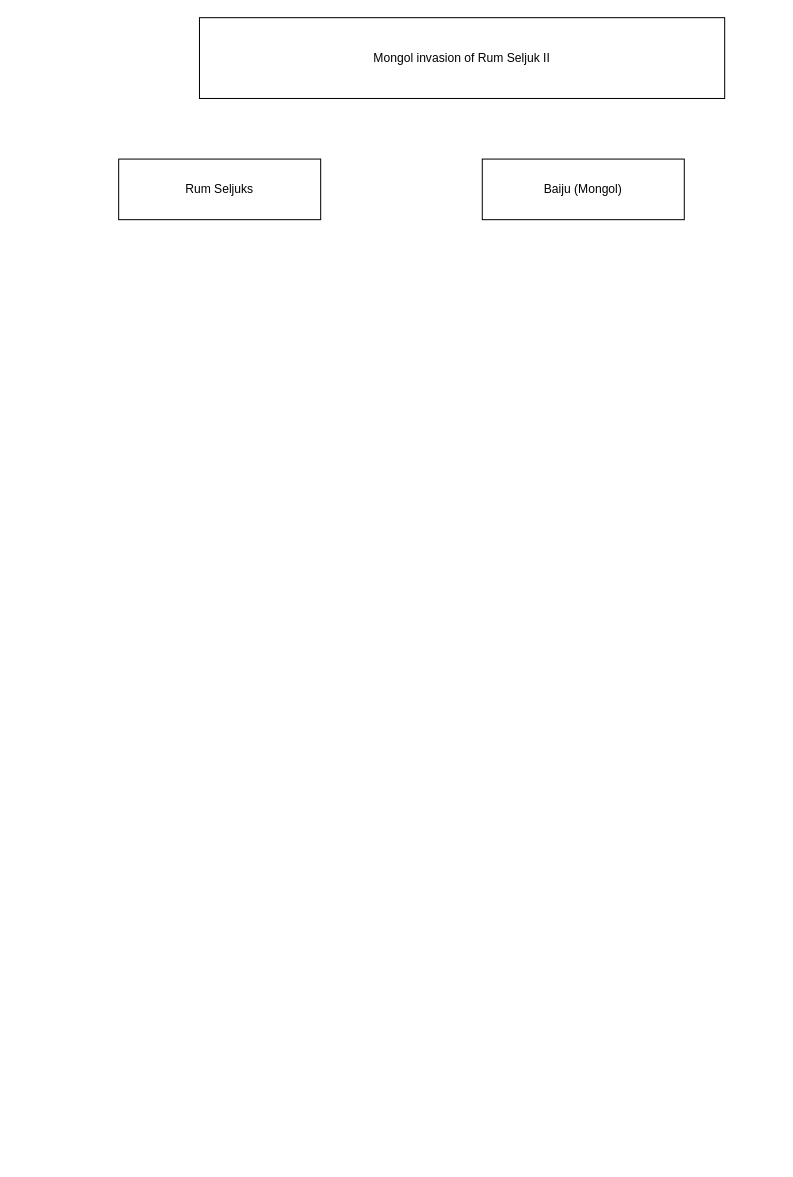
Earlier version of the draw.io diagram page "Al-Mustaʿṣim bi-'llāh" (49 of 49) of Islam Groupings.drawio (azryzdy/hobbies). Source tidied: cells renumbered, new cells numbered last; positions are measured from the earlier drawing's top-left corner, leaving out a move shared by most shapes. Both pictures are drawn from the tidied source at 101%, with x=0, y=0 at pixel (118, 17).
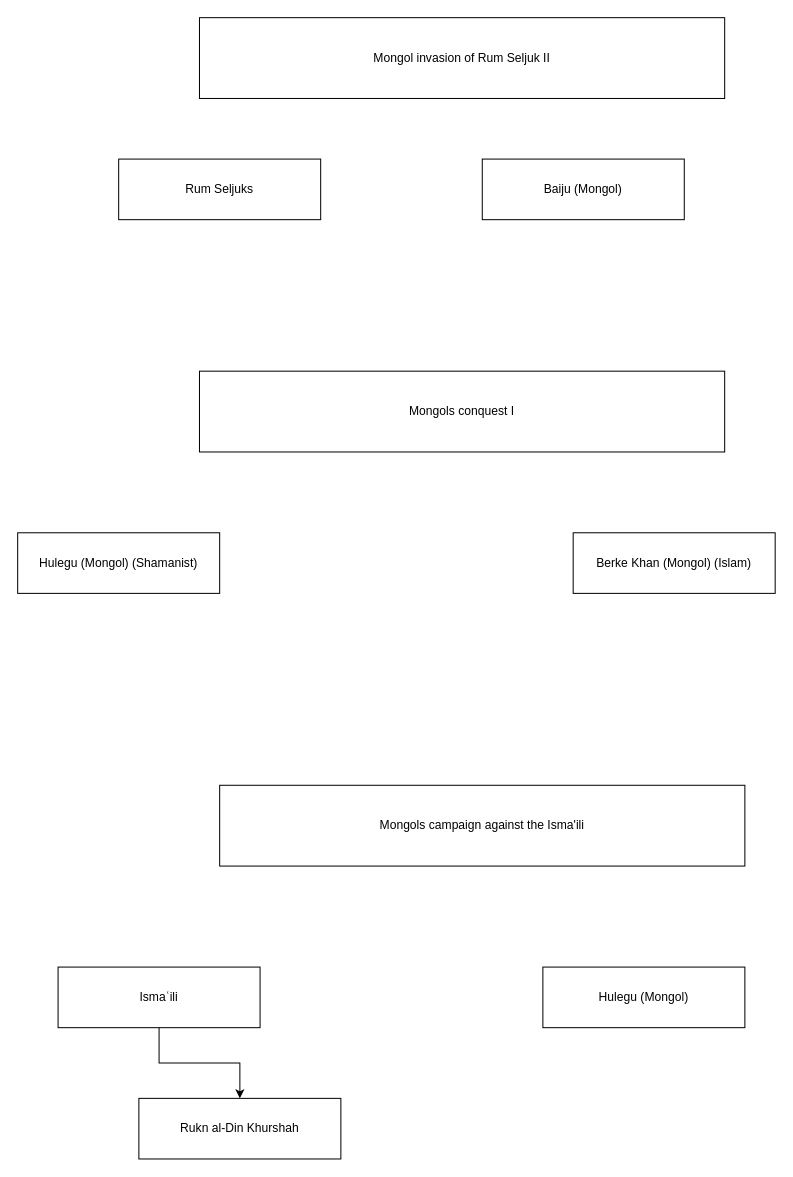
After the change.

Diff of the diagram source:
```diff
@@
 <mxGraphModel>
   <root>
     <mxCell id="0" />
     <mxCell id="1" parent="0" />
     <mxCell id="2" value="Mongol invasion of Rum Seljuk II" style="rounded=0;whiteSpace=wrap;html=1;" parent="1" vertex="1">
       <mxGeometry x="80" width="520" height="80" as="geometry" />
     </mxCell>
     <mxCell id="3" value="Baiju (Mongol) " style="rounded=0;whiteSpace=wrap;html=1;" parent="1" vertex="1">
       <mxGeometry x="360" y="140" width="200" height="60" as="geometry" />
     </mxCell>
     <mxCell id="4" value="Rum Seljuks " style="rounded=0;whiteSpace=wrap;html=1;" parent="1" vertex="1">
       <mxGeometry y="140" width="200" height="60" as="geometry" />
     </mxCell>
+    <mxCell id="5" value="Mongols conquest I" style="rounded=0;whiteSpace=wrap;html=1;" parent="1" vertex="1">
+      <mxGeometry x="80" y="350" width="520" height="80" as="geometry" />
+    </mxCell>
+    <mxCell id="6" value="Berke Khan (Mongol) (Islam)" style="rounded=0;whiteSpace=wrap;html=1;" parent="1" vertex="1">
+      <mxGeometry x="450" y="510" width="200" height="60" as="geometry" />
+    </mxCell>
+    <mxCell id="7" value="Hulegu (Mongol) (Shamanist)" style="rounded=0;whiteSpace=wrap;html=1;" parent="1" vertex="1">
+      <mxGeometry x="-100" y="510" width="200" height="60" as="geometry" />
+    </mxCell>
+    <mxCell id="8" value="Mongols campaign against the Isma'ili" style="rounded=0;whiteSpace=wrap;html=1;" parent="1" vertex="1">
+      <mxGeometry x="100" y="760" width="520" height="80" as="geometry" />
+    </mxCell>
+    <mxCell id="9" value="Hulegu (Mongol)" style="rounded=0;whiteSpace=wrap;html=1;" parent="1" vertex="1">
+      <mxGeometry x="420" y="940" width="200" height="60" as="geometry" />
+    </mxCell>
+    <mxCell id="10" value="Ismaʿili " style="rounded=0;whiteSpace=wrap;html=1;" parent="1" vertex="1">
+      <mxGeometry x="-60" y="940" width="200" height="60" as="geometry" />
+    </mxCell>
+    <mxCell id="11" value="Rukn al-Din Khurshah" style="rounded=0;whiteSpace=wrap;html=1;" parent="1" vertex="1">
+      <mxGeometry x="20" y="1070" width="200" height="60" as="geometry" />
+    </mxCell>
+    <mxCell id="12" style="edgeStyle=orthogonalEdgeStyle;rounded=0;jettySize=auto;html=1;entryX=0.5;entryY=0;entryDx=0;entryDy=0;" parent="1" edge="1" source="10" target="11">
+      <mxGeometry relative="1" as="geometry" />
+    </mxCell>
   </root>
 </mxGraphModel>
```
